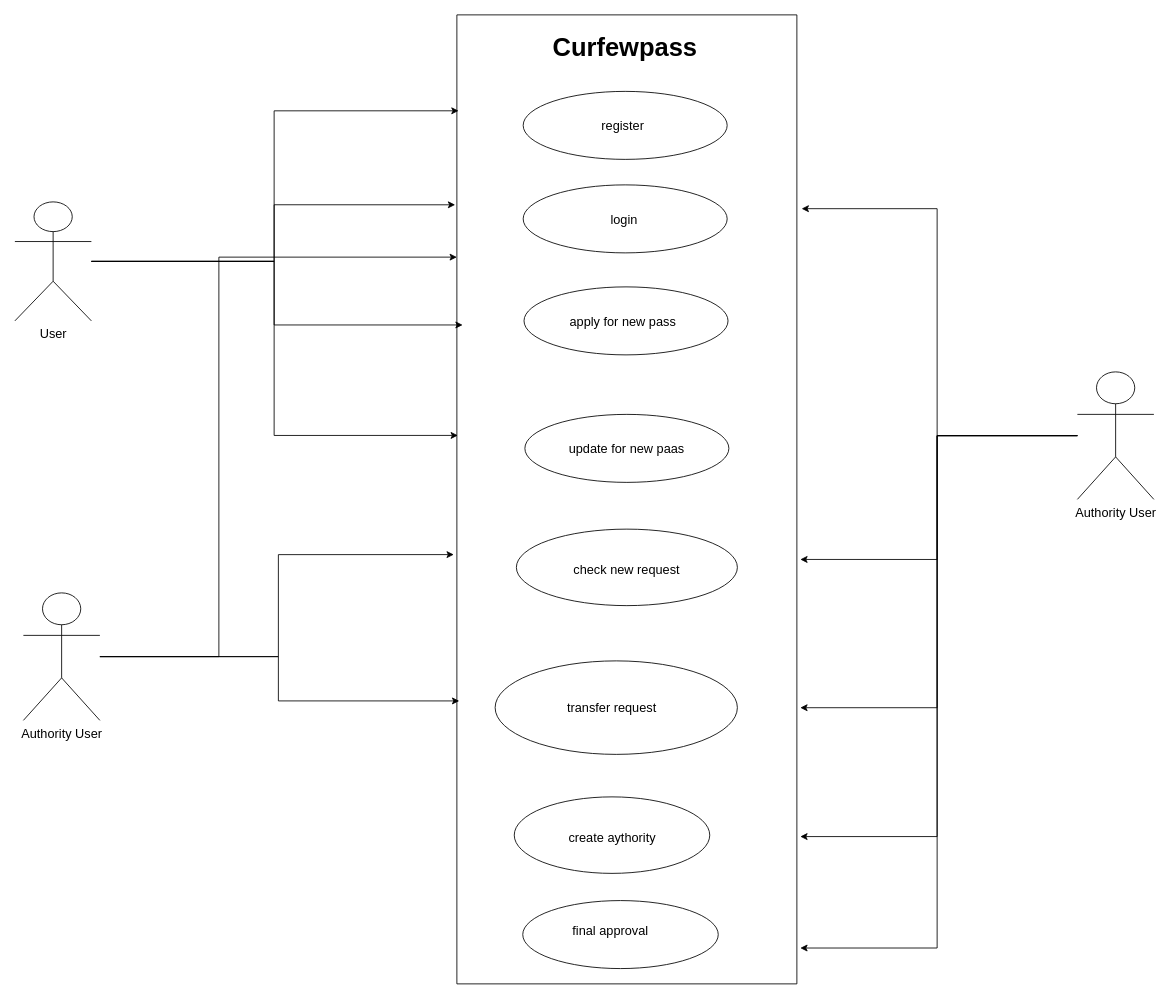
Earlier version of the draw.io diagram curfewpass-use-case-model.drawio (rahulvermafreelancer/curfewpass-django). Source tidied: cells renumbered, new cells numbered last; positions are measured from the earlier drawing's top-left corner, leaving out a move shared by most shapes. Both pictures are drawn from the tidied source at 85%, with x=0, y=0 at pixel (14, 14).
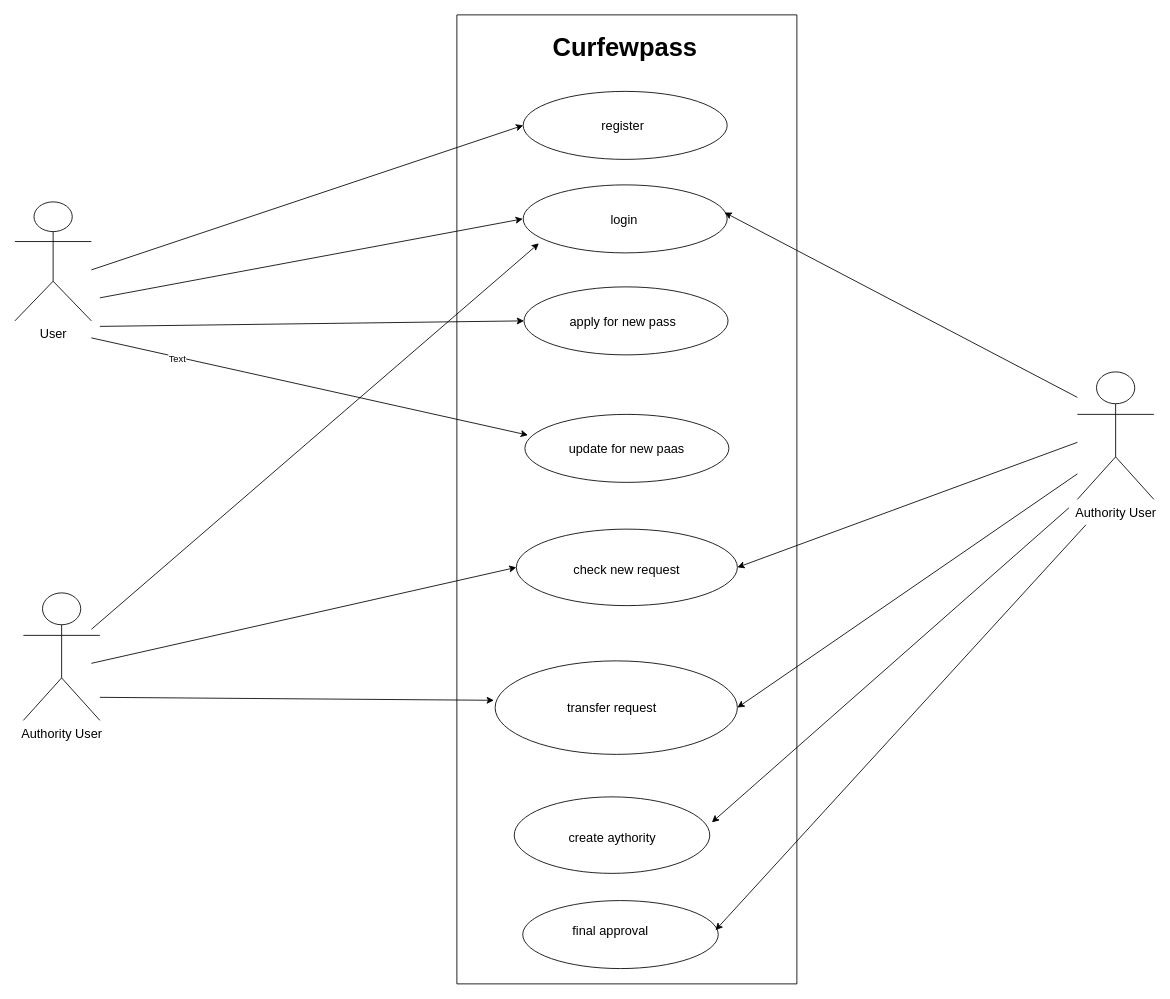
The same page after the edit.

Unchanged cells that the change refers to:
```xml
<mxCell id="6" value="&lt;div style=&quot;text-align: justify&quot;&gt;&lt;span style=&quot;font-size: 15px&quot;&gt;User&lt;/span&gt;&lt;/div&gt;" style="shape=umlActor;verticalLabelPosition=bottom;verticalAlign=top;html=1;outlineConnect=0;" parent="1" vertex="1">
  <mxGeometry y="220" width="90" height="140" as="geometry" />
</mxCell>
<mxCell id="7" style="swimlane;startSize=0;fontSize=15;" parent="1" vertex="1">
  <mxGeometry x="520" width="400" height="1140" as="geometry" />
</mxCell>
<mxCell id="9" style="ellipse;whiteSpace=wrap;html=1;fontSize=15;" parent="7" vertex="1">
  <mxGeometry x="78" y="90" width="240" height="80" as="geometry" />
</mxCell>
<mxCell id="10" style="ellipse;whiteSpace=wrap;html=1;fontSize=15;" parent="7" vertex="1">
  <mxGeometry x="78" y="200" width="240" height="80" as="geometry" />
</mxCell>
<mxCell id="11" style="ellipse;whiteSpace=wrap;html=1;fontSize=15;" parent="7" vertex="1">
  <mxGeometry x="79" y="320" width="240" height="80" as="geometry" />
</mxCell>
<mxCell id="13" value="login" style="text;html=1;strokeColor=none;fillColor=none;align=center;verticalAlign=middle;whiteSpace=wrap;rounded=0;fontSize=15;" parent="7" vertex="1">
  <mxGeometry x="77.5" y="225" width="237.5" height="30" as="geometry" />
</mxCell>
<mxCell id="15" style="ellipse;whiteSpace=wrap;html=1;fontSize=15;" parent="7" vertex="1">
  <mxGeometry x="80" y="470" width="240" height="80" as="geometry" />
</mxCell>
<mxCell id="16" style="ellipse;whiteSpace=wrap;html=1;fontSize=15;" parent="7" vertex="1">
  <mxGeometry x="70" y="605" width="260" height="90" as="geometry" />
</mxCell>
<mxCell id="19" style="ellipse;whiteSpace=wrap;html=1;fontSize=15;" parent="7" vertex="1">
  <mxGeometry x="45" y="760" width="285" height="110" as="geometry" />
</mxCell>
<mxCell id="20" value="transfer request" style="text;html=1;strokeColor=none;fillColor=none;align=center;verticalAlign=middle;whiteSpace=wrap;rounded=0;fontSize=15;" parent="7" vertex="1">
  <mxGeometry x="60" y="800" width="245" height="30" as="geometry" />
</mxCell>
<mxCell id="24" value="final approval&amp;nbsp;" style="text;html=1;strokeColor=none;fillColor=none;align=center;verticalAlign=middle;whiteSpace=wrap;rounded=0;fontSize=15;" parent="7" vertex="1">
  <mxGeometry x="77.5" y="1062" width="210" height="30" as="geometry" />
</mxCell>
<mxCell id="28" value="Authority User" style="shape=umlActor;verticalLabelPosition=bottom;verticalAlign=top;html=1;outlineConnect=0;fontSize=15;" parent="1" vertex="1">
  <mxGeometry x="10" y="680" width="90" height="150" as="geometry" />
</mxCell>
<mxCell id="34" value="Authority User" style="shape=umlActor;verticalLabelPosition=bottom;verticalAlign=top;html=1;outlineConnect=0;fontSize=15;" parent="1" vertex="1">
  <mxGeometry x="1250" y="420" width="90" height="150" as="geometry" />
</mxCell>
```

Change to the diagram source:
```diff
@@
-    <mxCell id="2" style="edgeStyle=orthogonalEdgeStyle;rounded=0;jettySize=auto;html=1;entryX=0.005;entryY=0.099;entryDx=0;entryDy=0;entryPerimeter=0;" parent="1" edge="1" source="6" target="7">
-      <mxGeometry relative="1" as="geometry" />
-    </mxCell>
-    <mxCell id="3" style="edgeStyle=orthogonalEdgeStyle;rounded=0;jettySize=auto;html=1;entryX=-0.005;entryY=0.196;entryDx=0;entryDy=0;entryPerimeter=0;" parent="1" edge="1" source="6" target="7">
-      <mxGeometry relative="1" as="geometry" />
-    </mxCell>
-    <mxCell id="4" style="edgeStyle=orthogonalEdgeStyle;rounded=0;jettySize=auto;html=1;entryX=0.017;entryY=0.32;entryDx=0;entryDy=0;entryPerimeter=0;" parent="1" edge="1" source="6" target="7">
-      <mxGeometry relative="1" as="geometry" />
-    </mxCell>
-    <mxCell id="5" style="edgeStyle=orthogonalEdgeStyle;rounded=0;jettySize=auto;html=1;entryX=0.003;entryY=0.434;entryDx=0;entryDy=0;entryPerimeter=0;" parent="1" edge="1" source="6" target="7">
-      <mxGeometry relative="1" as="geometry" />
-    </mxCell>
@@
-    <mxCell id="25" style="edgeStyle=orthogonalEdgeStyle;rounded=0;jettySize=auto;html=1;entryX=-0.009;entryY=0.557;entryDx=0;entryDy=0;entryPerimeter=0;" parent="1" edge="1" source="28" target="7">
-      <mxGeometry relative="1" as="geometry" />
-    </mxCell>
-    <mxCell id="26" style="edgeStyle=orthogonalEdgeStyle;rounded=0;jettySize=auto;html=1;entryX=0.007;entryY=0.708;entryDx=0;entryDy=0;entryPerimeter=0;" parent="1" edge="1" source="28" target="7">
-      <mxGeometry relative="1" as="geometry" />
-    </mxCell>
-    <mxCell id="27" style="edgeStyle=orthogonalEdgeStyle;rounded=0;jettySize=auto;html=1;entryX=0;entryY=0.25;entryDx=0;entryDy=0;" parent="1" edge="1" source="28" target="7">
-      <mxGeometry relative="1" as="geometry">
-        <Array as="points">
-          <mxPoint x="240" y="755" />
-          <mxPoint x="240" y="285" />
-        </Array>
-      </mxGeometry>
-    </mxCell>
@@
-    <mxCell id="29" style="edgeStyle=orthogonalEdgeStyle;rounded=0;jettySize=auto;html=1;entryX=1.014;entryY=0.2;entryDx=0;entryDy=0;entryPerimeter=0;" parent="1" edge="1" source="34" target="7">
-      <mxGeometry relative="1" as="geometry" />
-    </mxCell>
-    <mxCell id="30" style="edgeStyle=orthogonalEdgeStyle;rounded=0;jettySize=auto;html=1;entryX=1.01;entryY=0.562;entryDx=0;entryDy=0;entryPerimeter=0;" parent="1" edge="1" source="34" target="7">
-      <mxGeometry relative="1" as="geometry" />
-    </mxCell>
-    <mxCell id="31" style="edgeStyle=orthogonalEdgeStyle;rounded=0;jettySize=auto;html=1;entryX=1.01;entryY=0.715;entryDx=0;entryDy=0;entryPerimeter=0;" parent="1" edge="1" source="34" target="7">
-      <mxGeometry relative="1" as="geometry" />
-    </mxCell>
-    <mxCell id="32" style="edgeStyle=orthogonalEdgeStyle;rounded=0;jettySize=auto;html=1;entryX=1.01;entryY=0.848;entryDx=0;entryDy=0;entryPerimeter=0;" parent="1" edge="1" source="34" target="7">
-      <mxGeometry relative="1" as="geometry" />
-    </mxCell>
-    <mxCell id="33" style="edgeStyle=orthogonalEdgeStyle;rounded=0;jettySize=auto;html=1;entryX=1.01;entryY=0.963;entryDx=0;entryDy=0;entryPerimeter=0;" parent="1" edge="1" source="34" target="7">
-      <mxGeometry relative="1" as="geometry" />
-    </mxCell>
@@
+    <mxCell id="35" style="endArrow=classic;html=1;rounded=0;entryX=0;entryY=0.5;entryDx=0;entryDy=0;" parent="1" edge="1" target="9">
+      <mxGeometry relative="1" as="geometry">
+        <mxPoint x="90" y="300" as="sourcePoint" />
+      </mxGeometry>
+    </mxCell>
+    <mxCell id="36" style="endArrow=classic;html=1;rounded=0;entryX=0;entryY=0.5;entryDx=0;entryDy=0;" parent="1" edge="1" target="13">
+      <mxGeometry relative="1" as="geometry">
+        <mxPoint x="100" y="332.9" as="sourcePoint" />
+      </mxGeometry>
+    </mxCell>
+    <mxCell id="37" style="endArrow=classic;html=1;rounded=0;entryX=0;entryY=0.5;entryDx=0;entryDy=0;" parent="1" edge="1" target="11">
+      <mxGeometry relative="1" as="geometry">
+        <mxPoint x="100" y="366.5" as="sourcePoint" />
+      </mxGeometry>
+    </mxCell>
+    <mxCell id="38" style="endArrow=classic;html=1;rounded=0;entryX=0.015;entryY=0.305;entryDx=0;entryDy=0;entryPerimeter=0;" parent="1" edge="1" target="15">
+      <mxGeometry relative="1" as="geometry">
+        <mxPoint x="90" y="380" as="sourcePoint" />
+      </mxGeometry>
+    </mxCell>
+    <mxCell id="39" value="Text" style="edgeLabel;html=1;align=center;verticalAlign=middle;" parent="38" vertex="1">
+      <mxGeometry x="-0.61" y="-2" relative="1" as="geometry" />
+    </mxCell>
+    <mxCell id="40" style="endArrow=classic;html=1;rounded=0;entryX=1;entryY=0.5;entryDx=0;entryDy=0;" parent="1" edge="1" target="16">
+      <mxGeometry relative="1" as="geometry">
+        <mxPoint x="1250" y="502.9" as="sourcePoint" />
+      </mxGeometry>
+    </mxCell>
+    <mxCell id="41" style="endArrow=classic;html=1;rounded=0;entryX=-0.067;entryY=0.213;entryDx=0;entryDy=0;entryPerimeter=0;" parent="1" edge="1" target="20">
+      <mxGeometry relative="1" as="geometry">
+        <mxPoint x="100" y="802.9" as="sourcePoint" />
+      </mxGeometry>
+    </mxCell>
+    <mxCell id="42" style="endArrow=classic;html=1;rounded=0;entryX=0;entryY=0.5;entryDx=0;entryDy=0;" parent="1" edge="1" target="16">
+      <mxGeometry relative="1" as="geometry">
+        <mxPoint x="90" y="762.9" as="sourcePoint" />
+      </mxGeometry>
+    </mxCell>
+    <mxCell id="43" style="endArrow=classic;html=1;rounded=0;entryX=1;entryY=0.5;entryDx=0;entryDy=0;" parent="1" edge="1" target="19">
+      <mxGeometry relative="1" as="geometry">
+        <mxPoint x="1250" y="540" as="sourcePoint" />
+      </mxGeometry>
+    </mxCell>
+    <mxCell id="44" style="endArrow=classic;html=1;rounded=0;" parent="1" edge="1">
+      <mxGeometry relative="1" as="geometry">
+        <mxPoint x="1240" y="580" as="sourcePoint" />
+        <mxPoint x="820" y="950" as="targetPoint" />
+      </mxGeometry>
+    </mxCell>
+    <mxCell id="45" style="endArrow=classic;html=1;rounded=0;entryX=1.08;entryY=0.493;entryDx=0;entryDy=0;entryPerimeter=0;" parent="1" edge="1" target="24">
+      <mxGeometry relative="1" as="geometry">
+        <mxPoint x="1260" y="600" as="sourcePoint" />
+      </mxGeometry>
+    </mxCell>
+    <mxCell id="46" style="endArrow=classic;html=1;rounded=0;entryX=1;entryY=0.25;entryDx=0;entryDy=0;" parent="1" edge="1" target="13">
+      <mxGeometry relative="1" as="geometry">
+        <mxPoint x="1250" y="450" as="sourcePoint" />
+      </mxGeometry>
+    </mxCell>
+    <mxCell id="47" style="endArrow=classic;html=1;rounded=0;entryX=0.077;entryY=0.86;entryDx=0;entryDy=0;entryPerimeter=0;" parent="1" edge="1" target="10">
+      <mxGeometry relative="1" as="geometry">
+        <mxPoint x="90" y="722.9" as="sourcePoint" />
+      </mxGeometry>
+    </mxCell>
```
